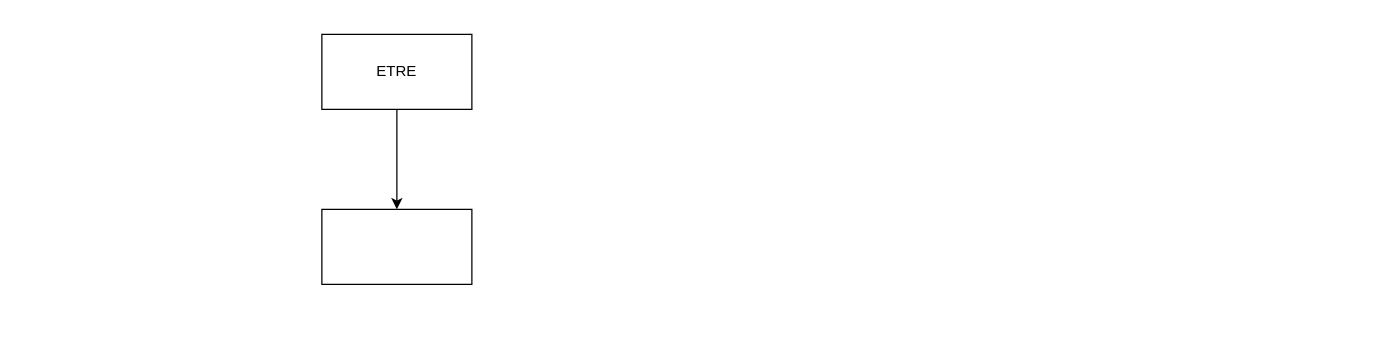
This is ETRE Website Prototype.drawio from fasil712/UML_Diagram_Design, a draw.io file, before an edit. Source tidied: cells renumbered, new cells numbered last; positions are measured from the earlier drawing's top-left corner, leaving out a move shared by most shapes. Both pictures are drawn from the tidied source at 125%, with x=0, y=0 at pixel (321, 34).
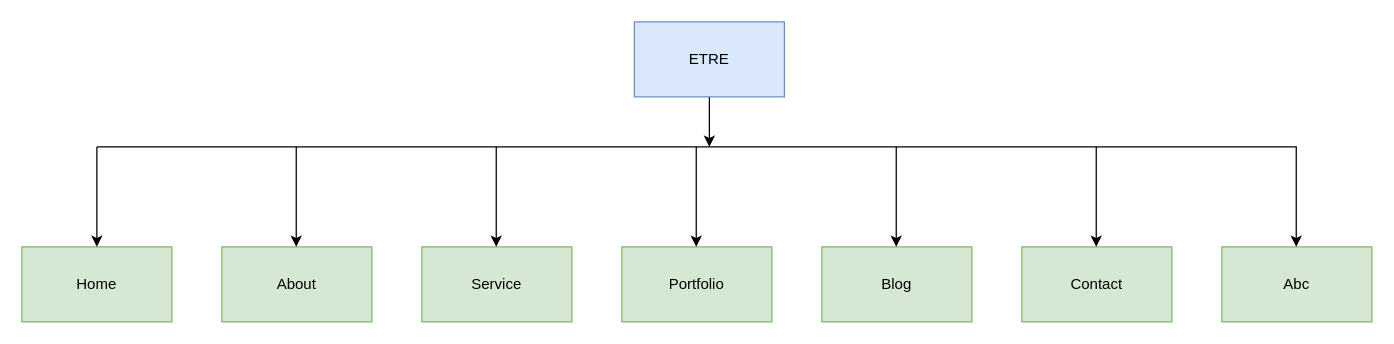
The same page after the edit.

Change to the diagram source:
```diff
@@
-    <mxCell id="2" style="edgeStyle=orthogonalEdgeStyle;rounded=0;jettySize=auto;html=1;" parent="1" edge="1" source="3" target="4">
-      <mxGeometry relative="1" as="geometry" />
-    </mxCell>
+    <mxCell id="5" style="edgeStyle=orthogonalEdgeStyle;rounded=0;jettySize=auto;html=1;exitX=0.5;exitY=1;exitDx=0;exitDy=0;" parent="1" edge="1" source="3">
+      <mxGeometry relative="1" as="geometry">
+        <mxPoint x="310" y="90" as="targetPoint" />
+      </mxGeometry>
+    </mxCell>
-    <mxCell id="3" value="ETRE" style="rounded=0;whiteSpace=wrap;html=1;" parent="1" vertex="1">
-      <mxGeometry width="120" height="60" as="geometry" />
+    <mxCell id="3" value="ETRE" style="rounded=0;whiteSpace=wrap;html=1;fillColor=#dae8fc;strokeColor=#6c8ebf;" parent="1" vertex="1">
+      <mxGeometry x="250" y="-10" width="120" height="60" as="geometry" />
     </mxCell>
-    <mxCell id="4" style="rounded=0;whiteSpace=wrap;html=1;" parent="1" vertex="1">
-      <mxGeometry y="140" width="120" height="60" as="geometry" />
+    <mxCell id="4" value="Home" style="rounded=0;whiteSpace=wrap;html=1;fillColor=#d5e8d4;strokeColor=#82b366;" parent="1" vertex="1">
+      <mxGeometry x="-240" y="170" width="120" height="60" as="geometry" />
     </mxCell>
+    <mxCell id="6" value="About" style="rounded=0;whiteSpace=wrap;html=1;fillColor=#d5e8d4;strokeColor=#82b366;" parent="1" vertex="1">
+      <mxGeometry x="-80" y="170" width="120" height="60" as="geometry" />
+    </mxCell>
+    <mxCell id="7" value="Service" style="rounded=0;whiteSpace=wrap;html=1;fillColor=#d5e8d4;strokeColor=#82b366;" parent="1" vertex="1">
+      <mxGeometry x="80" y="170" width="120" height="60" as="geometry" />
+    </mxCell>
+    <mxCell id="8" value="Portfolio" style="rounded=0;whiteSpace=wrap;html=1;fillColor=#d5e8d4;strokeColor=#82b366;" parent="1" vertex="1">
+      <mxGeometry x="240" y="170" width="120" height="60" as="geometry" />
+    </mxCell>
+    <mxCell id="9" value="Blog" style="rounded=0;whiteSpace=wrap;html=1;fillColor=#d5e8d4;strokeColor=#82b366;" parent="1" vertex="1">
+      <mxGeometry x="400" y="170" width="120" height="60" as="geometry" />
+    </mxCell>
+    <mxCell id="10" value="Contact" style="rounded=0;whiteSpace=wrap;html=1;fillColor=#d5e8d4;strokeColor=#82b366;" parent="1" vertex="1">
+      <mxGeometry x="560" y="170" width="120" height="60" as="geometry" />
+    </mxCell>
+    <mxCell id="11" style="endArrow=none;html=1;rounded=0;" parent="1" edge="1">
+      <mxGeometry relative="1" as="geometry">
+        <mxPoint x="-180" y="90" as="sourcePoint" />
+        <mxPoint x="780" y="90" as="targetPoint" />
+      </mxGeometry>
+    </mxCell>
+    <mxCell id="12" style="endArrow=classic;html=1;rounded=0;entryX=0.5;entryY=0;entryDx=0;entryDy=0;" parent="1" edge="1" target="4">
+      <mxGeometry relative="1" as="geometry">
+        <mxPoint x="-180" y="90" as="sourcePoint" />
+      </mxGeometry>
+    </mxCell>
+    <mxCell id="13" style="endArrow=classic;html=1;rounded=0;entryX=0.5;entryY=0;entryDx=0;entryDy=0;" parent="1" edge="1">
+      <mxGeometry relative="1" as="geometry">
+        <mxPoint x="-20.5" y="90" as="sourcePoint" />
+        <mxPoint x="-20.5" y="170" as="targetPoint" />
+      </mxGeometry>
+    </mxCell>
+    <mxCell id="14" style="endArrow=classic;html=1;rounded=0;entryX=0.5;entryY=0;entryDx=0;entryDy=0;" parent="1" edge="1">
+      <mxGeometry relative="1" as="geometry">
+        <mxPoint x="299.5" y="90" as="sourcePoint" />
+        <mxPoint x="299.5" y="170" as="targetPoint" />
+      </mxGeometry>
+    </mxCell>
+    <mxCell id="15" style="endArrow=classic;html=1;rounded=0;entryX=0.5;entryY=0;entryDx=0;entryDy=0;" parent="1" edge="1">
+      <mxGeometry relative="1" as="geometry">
+        <mxPoint x="139.5" y="90" as="sourcePoint" />
+        <mxPoint x="139.5" y="170" as="targetPoint" />
+      </mxGeometry>
+    </mxCell>
+    <mxCell id="16" style="endArrow=classic;html=1;rounded=0;entryX=0.5;entryY=0;entryDx=0;entryDy=0;" parent="1" edge="1">
+      <mxGeometry relative="1" as="geometry">
+        <mxPoint x="459.5" y="90" as="sourcePoint" />
+        <mxPoint x="459.5" y="170" as="targetPoint" />
+      </mxGeometry>
+    </mxCell>
+    <mxCell id="17" style="endArrow=classic;html=1;rounded=0;entryX=0.5;entryY=0;entryDx=0;entryDy=0;" parent="1" edge="1">
+      <mxGeometry relative="1" as="geometry">
+        <mxPoint x="619.5" y="90" as="sourcePoint" />
+        <mxPoint x="619.5" y="170" as="targetPoint" />
+      </mxGeometry>
+    </mxCell>
+    <mxCell id="18" value="Abc" style="rounded=0;whiteSpace=wrap;html=1;fillColor=#d5e8d4;strokeColor=#82b366;" parent="1" vertex="1">
+      <mxGeometry x="720" y="170" width="120" height="60" as="geometry" />
+    </mxCell>
+    <mxCell id="19" style="endArrow=classic;html=1;rounded=0;entryX=0.5;entryY=0;entryDx=0;entryDy=0;" parent="1" edge="1">
+      <mxGeometry relative="1" as="geometry">
+        <mxPoint x="779.5" y="90" as="sourcePoint" />
+        <mxPoint x="779.5" y="170" as="targetPoint" />
+      </mxGeometry>
+    </mxCell>
```
